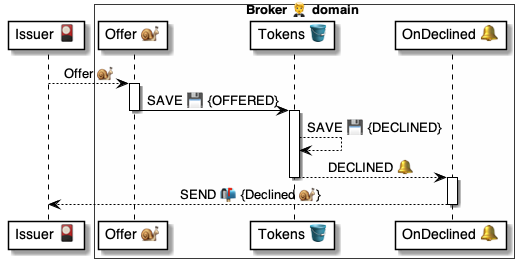
This is 4 ⚙️ Solution/20 🧑‍🦰 UI/Brokers 🤵/🤵🪣 Broker tables/Tokens 🎫 table/🪣🔔 3 Declined/🤵 OnTokenDeclined ⚙️ uml.png from pollyweb-org/pollyweb-docs, a PlantUML export, as it was before one commit. Its source is kept beside it as 4 ⚙️ Solution/20 🧑‍🦰 UI/Brokers 🤵/🤵🪣 Broker tables/Tokens 🎫 table/🪣🔔 3 Declined/🤵 OnTokenDeclined ⚙️ uml.puml.
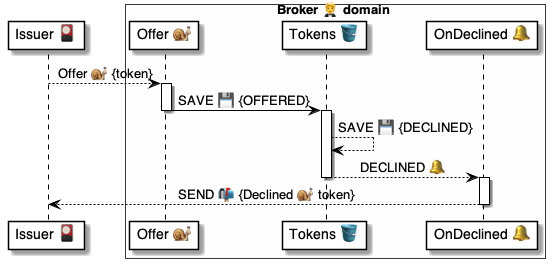
The same diagram one commit later.

Diff of the diagram source:
```diff
@@ -8,7 +8,7 @@
 end box
 
 
-issuer --> script: Offer 🐌
+issuer --> script: Offer 🐌 {token}
 
 activate script
     script -> tokens: SAVE 💾 {OFFERED}
@@ -20,7 +20,7 @@
 deactivate tokens
 
 activate change
-    change --> issuer: SEND 📬 {Declined 🐌}
+    change --> issuer: SEND 📬 {Declined 🐌 token}
 deactivate change
 
 @enduml
```
